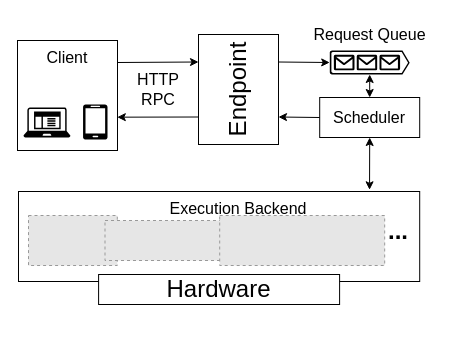
Before: assets/drawio/architecture.drawio in godaai/llm-inference, a draw.io diagram. Source tidied: cells renumbered, new cells numbered last; positions are measured from the earlier drawing's top-left corner, leaving out a move shared by most shapes. Both pictures are drawn from the tidied source at 100%, with x=0, y=0 at pixel (17, 17). Pictures stored in the file or linked from it are replaced by grey dashed boxes.
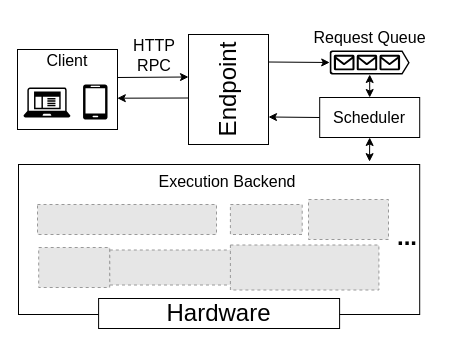
The same page after the edit.

The edit, as a diff of the source:
```diff
@@
     <mxCell id="2" value="&lt;font style=&quot;font-size: 24px;&quot;&gt;Endpoint&lt;/font&gt;" style="rounded=0;whiteSpace=wrap;html=1;horizontal=0;" parent="1" vertex="1">
-      <mxGeometry x="181" y="17" width="80" height="110" as="geometry" />
+      <mxGeometry x="171" y="17" width="80" height="110" as="geometry" />
     </mxCell>
-    <mxCell id="3" style="endArrow=classic;html=1;rounded=0;fontSize=24;entryX=0;entryY=0.25;entryDx=0;entryDy=0;exitX=0.995;exitY=0.2;exitDx=0;exitDy=0;exitPerimeter=0;" parent="1" edge="1" source="6" target="2">
-      <mxGeometry relative="1" as="geometry" />
+    <mxCell id="3" style="endArrow=classic;html=1;rounded=0;fontSize=24;entryX=0;entryY=0.25;entryDx=0;entryDy=0;exitX=0.995;exitY=0.2;exitDx=0;exitDy=0;exitPerimeter=0;" parent="1" edge="1">
+      <mxGeometry relative="1" as="geometry">
+        <mxPoint x="99.5" y="60" as="sourcePoint" />
+        <mxPoint x="171" y="59.5" as="targetPoint" />
+      </mxGeometry>
     </mxCell>
-    <mxCell id="4" style="endArrow=classic;html=1;rounded=0;fontSize=24;exitX=0;exitY=0.75;exitDx=0;exitDy=0;entryX=0.998;entryY=0.697;entryDx=0;entryDy=0;entryPerimeter=0;" parent="1" edge="1" source="2" target="6">
-      <mxGeometry relative="1" as="geometry" />
+    <mxCell id="4" style="endArrow=classic;html=1;rounded=0;fontSize=24;exitX=0;exitY=0.75;exitDx=0;exitDy=0;entryX=0.998;entryY=0.697;entryDx=0;entryDy=0;entryPerimeter=0;" parent="1" edge="1">
+      <mxGeometry relative="1" as="geometry">
+        <mxPoint x="171" y="80.5" as="sourcePoint" />
+        <mxPoint x="99.8" y="80.7" as="targetPoint" />
+      </mxGeometry>
     </mxCell>
     <mxCell id="5" value="HTTP&lt;br style=&quot;font-size: 16px;&quot;&gt;RPC" style="text;html=1;strokeColor=none;fillColor=none;align=center;verticalAlign=middle;whiteSpace=wrap;rounded=0;fontSize=16;" parent="1" vertex="1">
-      <mxGeometry x="111" y="57" width="60" height="30" as="geometry" />
+      <mxGeometry x="107" y="23" width="60" height="30" as="geometry" />
     </mxCell>
     <mxCell id="6" style="rounded=0;whiteSpace=wrap;html=1;fontSize=24;" parent="1" vertex="1">
-      <mxGeometry y="23" width="100" height="110" as="geometry" />
+      <mxGeometry y="32" width="100" height="80" as="geometry" />
     </mxCell>
     <mxCell id="7" value="&lt;font style=&quot;font-size: 16px;&quot;&gt;Client&lt;/font&gt;" style="text;html=1;strokeColor=none;fillColor=none;align=center;verticalAlign=middle;whiteSpace=wrap;rounded=0;fontSize=24;" parent="1" vertex="1">
-      <mxGeometry x="20" y="23" width="60" height="30" as="geometry" />
+      <mxGeometry x="20" y="26" width="60" height="30" as="geometry" />
     </mxCell>
@@
     <mxCell id="9" style="sketch=0;shadow=0;dashed=0;html=1;strokeColor=none;labelPosition=center;verticalLabelPosition=bottom;verticalAlign=top;align=center;fillColor=#000000;shape=mxgraph.mscae.enterprise.client_application;fontSize=24;" parent="1" vertex="1">
-      <mxGeometry x="6" y="90" width="46.9" height="30" as="geometry" />
+      <mxGeometry x="6" y="70" width="46.9" height="30" as="geometry" />
     </mxCell>
@@
     <mxCell id="11" style="sketch=0;shadow=0;dashed=0;html=1;strokeColor=none;labelPosition=center;verticalLabelPosition=bottom;verticalAlign=top;align=center;fillColor=#000000;shape=mxgraph.azure.mobile;fontSize=24;" parent="1" vertex="1">
-      <mxGeometry x="65.5" y="87" width="24.5" height="35" as="geometry" />
+      <mxGeometry x="65.5" y="67" width="24.5" height="35" as="geometry" />
     </mxCell>
     <mxCell id="12" value="&lt;font style=&quot;font-size: 16px;&quot;&gt;Request Queue&lt;/font&gt;" style="text;html=1;strokeColor=none;fillColor=none;align=center;verticalAlign=middle;whiteSpace=wrap;rounded=0;fontSize=24;" parent="1" vertex="1">
-      <mxGeometry x="284.8" width="135" height="30" as="geometry" />
+      <mxGeometry x="284.8" y="3" width="135" height="30" as="geometry" />
     </mxCell>
@@
     <mxCell id="17" style="rounded=0;whiteSpace=wrap;html=1;fontSize=16;fontColor=none;fillColor=none;" parent="1" vertex="1">
-      <mxGeometry x="1" y="174" width="401.2" height="90" as="geometry" />
+      <mxGeometry x="1" y="147" width="401.2" height="150" as="geometry" />
     </mxCell>
     <mxCell id="18" value="&lt;span style=&quot;font-size: 16px;&quot;&gt;Execution Backend&lt;br&gt;&lt;/span&gt;" style="text;html=1;strokeColor=none;fillColor=none;align=center;verticalAlign=middle;whiteSpace=wrap;rounded=0;fontSize=24;" parent="1" vertex="1">
-      <mxGeometry x="146" y="174" width="150" height="30" as="geometry" />
+      <mxGeometry x="134.8" y="147" width="150" height="30" as="geometry" />
     </mxCell>
     <mxCell id="19" style="fillColor=#E6E6E6;strokeColor=#999999;dashed=1;verticalLabelPosition=bottom;labelBackgroundColor=default;verticalAlign=top;" parent="1" vertex="1">
-      <mxGeometry x="11" y="198" width="88.8" height="50" as="geometry" />
+      <mxGeometry x="21.2" y="230" width="71" height="40" as="geometry" />
     </mxCell>
     <mxCell id="20" style="fillColor=#E6E6E6;strokeColor=#999999;dashed=1;verticalLabelPosition=bottom;labelBackgroundColor=default;verticalAlign=top;" parent="1" vertex="1">
-      <mxGeometry x="87.5" y="203" width="139.5" height="40" as="geometry" />
+      <mxGeometry x="92.3" y="232.5" width="122.1" height="35" as="geometry" />
     </mxCell>
     <mxCell id="21" style="fillColor=#E6E6E6;strokeColor=#999999;dashed=1;verticalLabelPosition=bottom;labelBackgroundColor=default;verticalAlign=top;" parent="1" vertex="1">
-      <mxGeometry x="202.2" y="198" width="165" height="50" as="geometry" />
+      <mxGeometry x="212.9" y="227.5" width="148.5" height="45" as="geometry" />
     </mxCell>
     <mxCell id="22" value="&lt;font style=&quot;font-size: 24px;&quot;&gt;&lt;b&gt;...&lt;/b&gt;&lt;/font&gt;" style="text;html=1;strokeColor=none;fillColor=none;align=center;verticalAlign=middle;whiteSpace=wrap;rounded=0;fontSize=16;fontColor=none;" parent="1" vertex="1">
-      <mxGeometry x="351" y="199" width="60" height="30" as="geometry" />
+      <mxGeometry x="359.8" y="205" width="60" height="30" as="geometry" />
     </mxCell>
     <mxCell id="23" value="Hardware" style="rounded=0;whiteSpace=wrap;html=1;fontSize=24;fontColor=none;fillColor=default;" parent="1" vertex="1">
-      <mxGeometry x="81.1" y="257" width="241" height="30" as="geometry" />
+      <mxGeometry x="81.1" y="281" width="241" height="30" as="geometry" />
     </mxCell>
+    <mxCell id="24" style="fillColor=#E6E6E6;strokeColor=#999999;dashed=1;verticalLabelPosition=bottom;labelBackgroundColor=default;verticalAlign=top;" parent="1" vertex="1">
+      <mxGeometry x="20" y="187" width="179" height="30" as="geometry" />
+    </mxCell>
+    <mxCell id="25" style="fillColor=#E6E6E6;strokeColor=#999999;dashed=1;verticalLabelPosition=bottom;labelBackgroundColor=default;verticalAlign=top;" parent="1" vertex="1">
+      <mxGeometry x="212.9" y="187" width="71.8" height="30" as="geometry" />
+    </mxCell>
+    <mxCell id="26" style="fillColor=#E6E6E6;strokeColor=#999999;dashed=1;verticalLabelPosition=bottom;labelBackgroundColor=default;verticalAlign=top;" parent="1" vertex="1">
+      <mxGeometry x="291" y="182" width="80" height="40" as="geometry" />
+    </mxCell>
```
